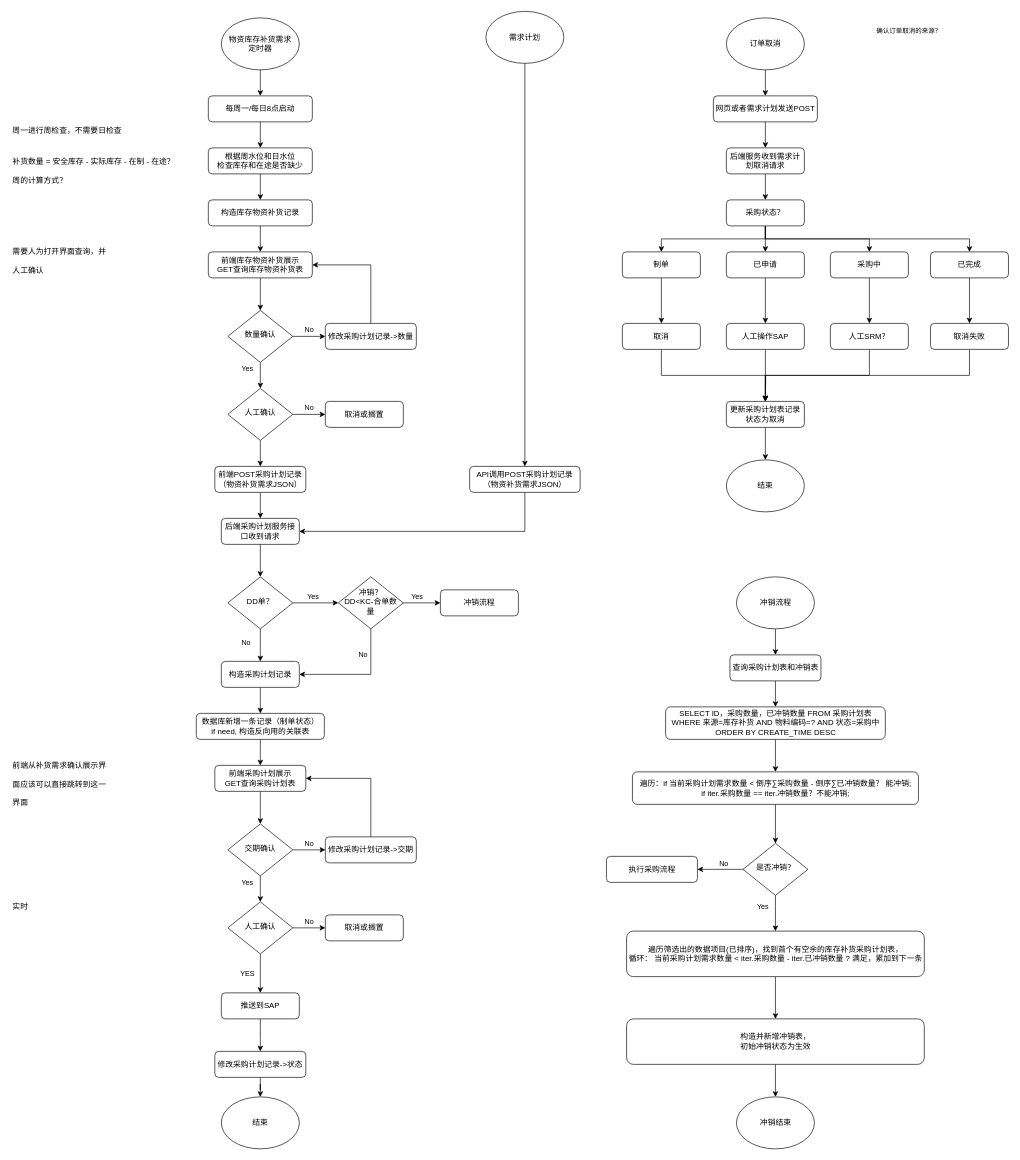
Before: APS.drawio in CongMinYin/flow, a draw.io diagram. Source tidied: cells renumbered, new cells numbered last; positions are measured from the earlier drawing's top-left corner, leaving out a move shared by most shapes. Both pictures are drawn from the tidied source at 65%, with x=0, y=0 at pixel (11, 11).
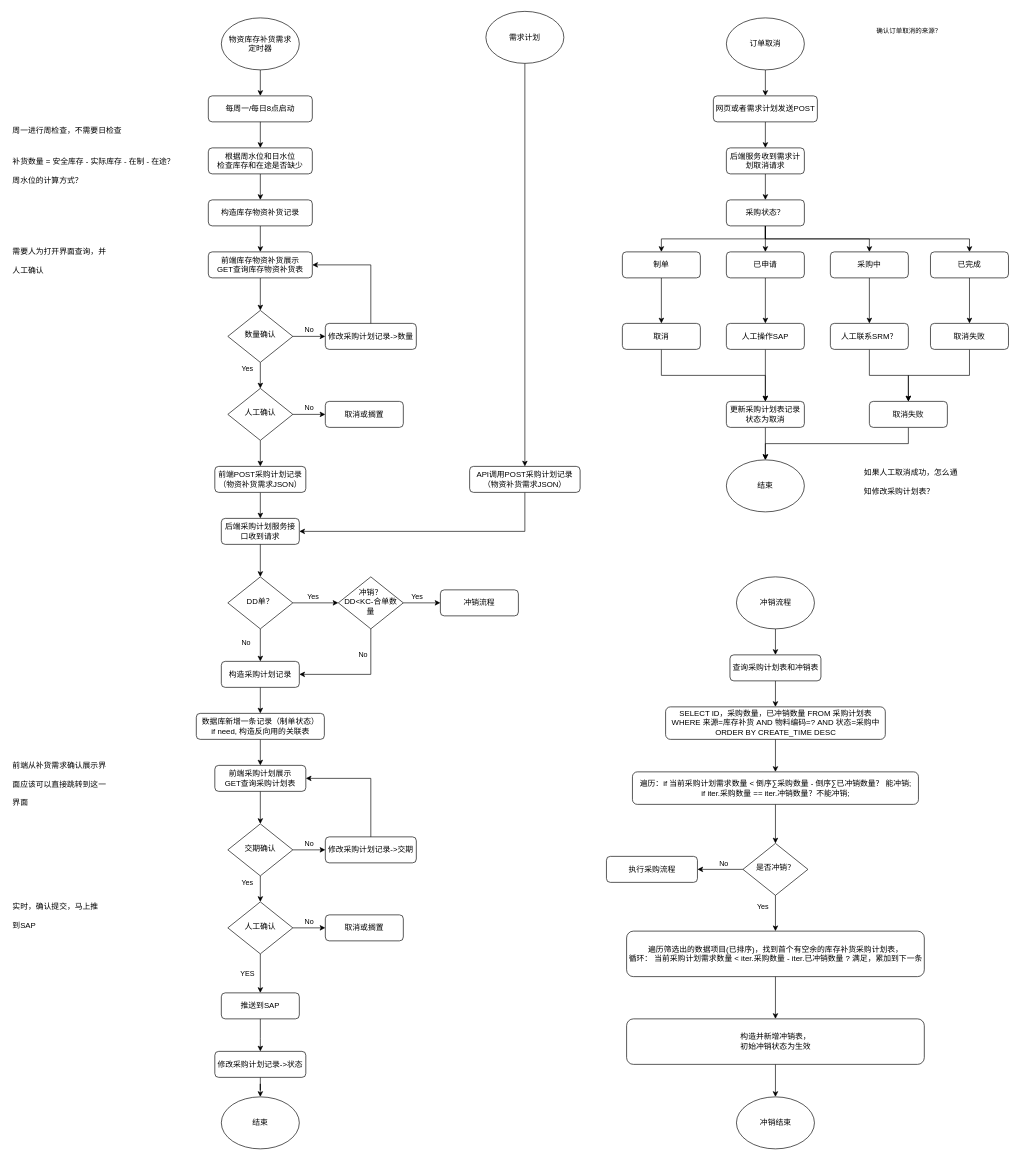
Above is the later version.

Unchanged cells that the change refers to:
```xml
<mxCell id="110" value="取消失败" style="rounded=1;whiteSpace=wrap;html=1;fontSize=12;glass=0;strokeWidth=1;shadow=0;" parent="1" vertex="1">
  <mxGeometry x="1414" y="480" width="120" height="40" as="geometry" />
</mxCell>
<mxCell id="112" value="更新采购计划表记录状态为取消" style="rounded=1;whiteSpace=wrap;html=1;fontSize=12;glass=0;strokeWidth=1;shadow=0;" parent="1" vertex="1">
  <mxGeometry x="1100" y="600" width="120" height="40" as="geometry" />
</mxCell>
<mxCell id="113" value="&lt;span style=&quot;background-color: transparent; color: light-dark(rgb(0, 0, 0), rgb(255, 255, 255));&quot;&gt;结束&lt;/span&gt;" style="ellipse;whiteSpace=wrap;html=1;" parent="1" vertex="1">
  <mxGeometry x="1100" y="690" width="120" height="80" as="geometry" />
</mxCell>
```

What changed in the source:
```diff
@@
-    <mxCell id="48" value="&lt;h1 style=&quot;margin-top: 0px;&quot;&gt;&lt;span style=&quot;background-color: transparent; color: light-dark(rgb(0, 0, 0), rgb(255, 255, 255)); font-size: 12px; font-weight: normal;&quot;&gt;周一进行周检查，不需要日检查&lt;/span&gt;&lt;/h1&gt;&lt;div&gt;&lt;span style=&quot;background-color: transparent; color: light-dark(rgb(0, 0, 0), rgb(255, 255, 255)); font-size: 12px; font-weight: normal;&quot;&gt;&lt;br&gt;&lt;/span&gt;&lt;/div&gt;&lt;div&gt;补货数量 = 安全库存 - 实际库存 - 在制 - 在途？&lt;span style=&quot;background-color: transparent; color: light-dark(rgb(0, 0, 0), rgb(255, 255, 255)); font-size: 12px; font-weight: normal;&quot;&gt;&lt;/span&gt;&lt;/div&gt;&lt;div&gt;&lt;br&gt;&lt;/div&gt;&lt;div&gt;周的计算方式？&lt;/div&gt;" style="text;html=1;whiteSpace=wrap;overflow=hidden;rounded=0;" parent="1" vertex="1">
+    <mxCell id="48" value="&lt;h1 style=&quot;margin-top: 0px;&quot;&gt;&lt;span style=&quot;background-color: transparent; color: light-dark(rgb(0, 0, 0), rgb(255, 255, 255)); font-size: 12px; font-weight: normal;&quot;&gt;周一进行周检查，不需要日检查&lt;/span&gt;&lt;/h1&gt;&lt;div&gt;&lt;span style=&quot;background-color: transparent; color: light-dark(rgb(0, 0, 0), rgb(255, 255, 255)); font-size: 12px; font-weight: normal;&quot;&gt;&lt;br&gt;&lt;/span&gt;&lt;/div&gt;&lt;div&gt;补货数量 = 安全库存 - 实际库存 - 在制 - 在途？&lt;span style=&quot;background-color: transparent; color: light-dark(rgb(0, 0, 0), rgb(255, 255, 255)); font-size: 12px; font-weight: normal;&quot;&gt;&lt;/span&gt;&lt;/div&gt;&lt;div&gt;&lt;br&gt;&lt;/div&gt;&lt;div&gt;周水位的计算方式？&lt;/div&gt;" style="text;html=1;whiteSpace=wrap;overflow=hidden;rounded=0;" parent="1" vertex="1">
       <mxGeometry y="157.5" width="270" height="122.5" as="geometry" />
     </mxCell>
@@
-    <mxCell id="63" value="&lt;h1 style=&quot;margin-top: 0px;&quot;&gt;&lt;span style=&quot;background-color: transparent; color: light-dark(rgb(0, 0, 0), rgb(255, 255, 255)); font-size: 12px; font-weight: normal;&quot;&gt;实时&lt;/span&gt;&lt;/h1&gt;" style="text;html=1;whiteSpace=wrap;overflow=hidden;rounded=0;" parent="1" vertex="1">
+    <mxCell id="63" value="&lt;h1 style=&quot;margin-top: 0px;&quot;&gt;&lt;span style=&quot;background-color: transparent; color: light-dark(rgb(0, 0, 0), rgb(255, 255, 255)); font-size: 12px; font-weight: normal;&quot;&gt;实时，确认提交，马上推到SAP&lt;/span&gt;&lt;/h1&gt;" style="text;html=1;whiteSpace=wrap;overflow=hidden;rounded=0;" parent="1" vertex="1">
       <mxGeometry y="1352.5" width="140" height="115" as="geometry" />
     </mxCell>
@@
-    <mxCell id="107" style="edgeStyle=orthogonalEdgeStyle;rounded=0;jettySize=auto;html=1;exitX=0.5;exitY=1;exitDx=0;exitDy=0;entryX=0.5;entryY=0;entryDx=0;entryDy=0;" parent="1" edge="1" source="108" target="112">
-      <mxGeometry relative="1" as="geometry" />
-    </mxCell>
+    <mxCell id="114" style="edgeStyle=orthogonalEdgeStyle;rounded=0;jettySize=auto;html=1;exitX=0.5;exitY=1;exitDx=0;exitDy=0;entryX=0.5;entryY=0;entryDx=0;entryDy=0;" parent="1" edge="1" source="108" target="116">
+      <mxGeometry relative="1" as="geometry" />
+    </mxCell>
-    <mxCell id="108" value="人工SRM？" style="rounded=1;whiteSpace=wrap;html=1;fontSize=12;glass=0;strokeWidth=1;shadow=0;" parent="1" vertex="1">
+    <mxCell id="108" value="人工联系SRM？" style="rounded=1;whiteSpace=wrap;html=1;fontSize=12;glass=0;strokeWidth=1;shadow=0;" parent="1" vertex="1">
       <mxGeometry x="1260" y="480" width="120" height="40" as="geometry" />
     </mxCell>
-    <mxCell id="109" style="edgeStyle=orthogonalEdgeStyle;rounded=0;jettySize=auto;html=1;exitX=0.5;exitY=1;exitDx=0;exitDy=0;" parent="1" edge="1" source="110">
-      <mxGeometry relative="1" as="geometry">
-        <mxPoint x="1160" y="600" as="targetPoint" />
-      </mxGeometry>
+    <mxCell id="109" style="edgeStyle=orthogonalEdgeStyle;rounded=0;jettySize=auto;html=1;exitX=0.5;exitY=1;exitDx=0;exitDy=0;entryX=0.5;entryY=0;entryDx=0;entryDy=0;" parent="1" edge="1" source="110" target="116">
+      <mxGeometry relative="1" as="geometry" />
     </mxCell>
@@
+    <mxCell id="115" style="edgeStyle=orthogonalEdgeStyle;rounded=0;jettySize=auto;html=1;exitX=0.5;exitY=1;exitDx=0;exitDy=0;entryX=0.5;entryY=0;entryDx=0;entryDy=0;" parent="1" edge="1" source="116" target="113">
+      <mxGeometry relative="1" as="geometry" />
+    </mxCell>
+    <mxCell id="116" value="取消失败" style="rounded=1;whiteSpace=wrap;html=1;fontSize=12;glass=0;strokeWidth=1;shadow=0;" parent="1" vertex="1">
+      <mxGeometry x="1320" y="600" width="120" height="40" as="geometry" />
+    </mxCell>
+    <mxCell id="117" value="&lt;h1 style=&quot;margin-top: 0px;&quot;&gt;&lt;span style=&quot;background-color: transparent; color: light-dark(rgb(0, 0, 0), rgb(255, 255, 255)); font-size: 12px; font-weight: normal;&quot;&gt;如果人工取消成功，怎么通知修改采购计划表？&lt;/span&gt;&lt;/h1&gt;" style="text;html=1;whiteSpace=wrap;overflow=hidden;rounded=0;" parent="1" vertex="1">
+      <mxGeometry x="1310" y="685" width="150" height="90" as="geometry" />
+    </mxCell>
```
